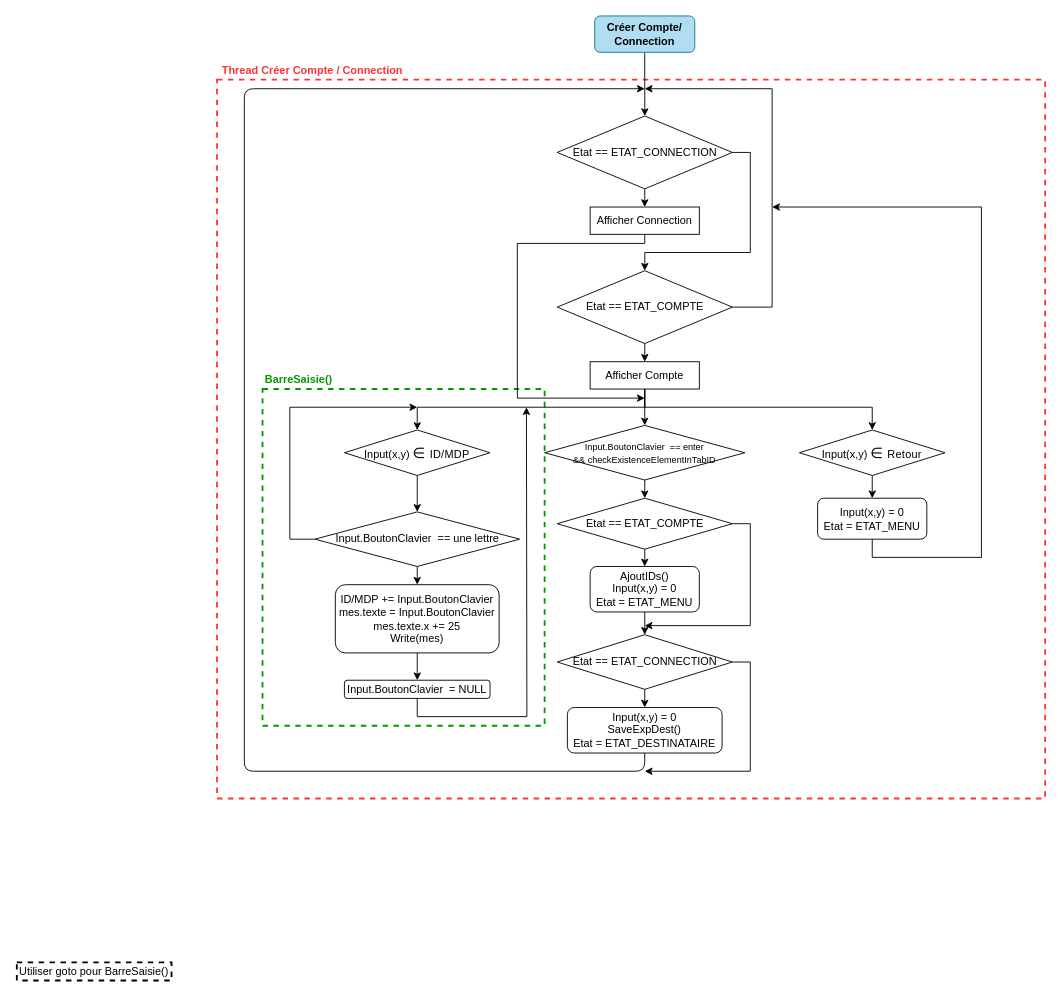
Earlier version of the draw.io diagram page "Créer Compte / Connection Thread" (3 of 6) of AffichageBottle.drawio (lucasmaisonnave/BottleV2). Source tidied: cells renumbered, new cells numbered last; positions are measured from the earlier drawing's top-left corner, leaving out a move shared by most shapes. Both pictures are drawn from the tidied source at 91%, with x=0, y=0 at pixel (16, 15).
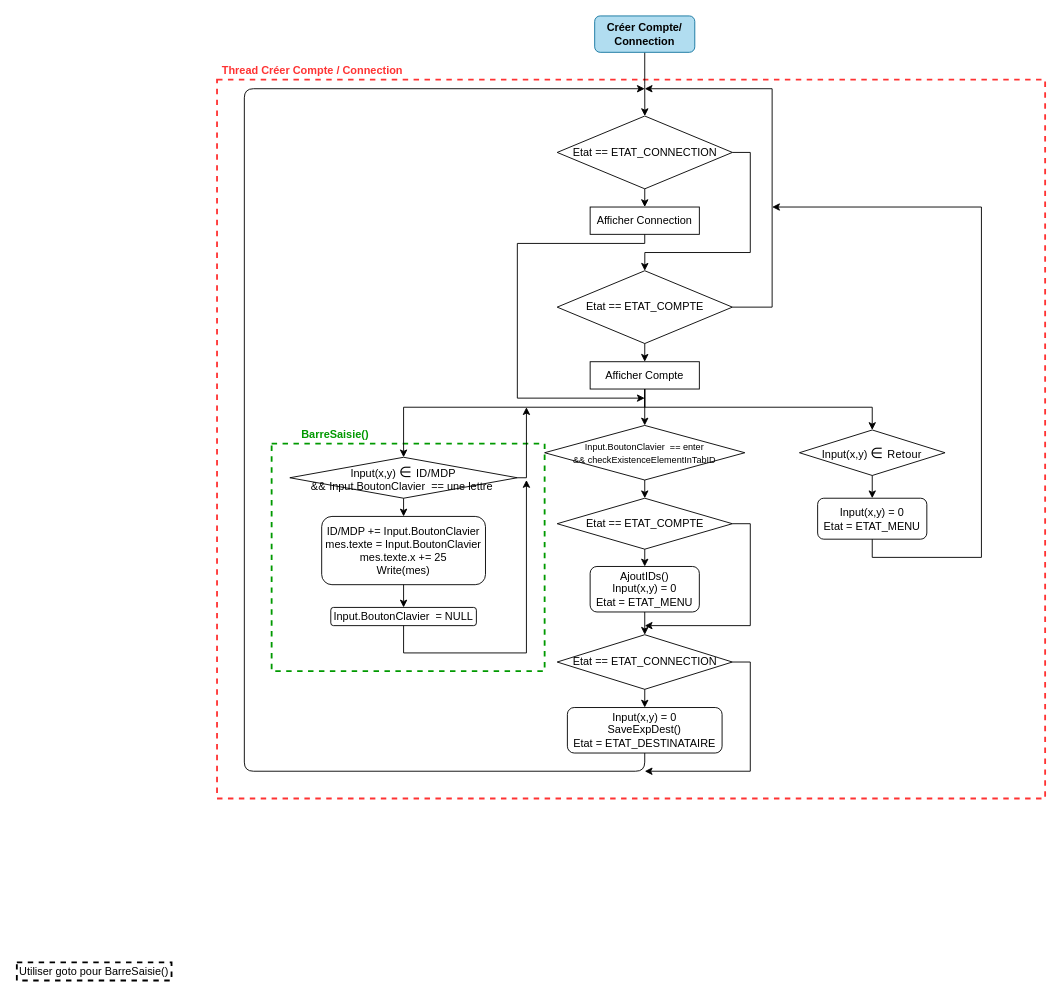
After the change.

Unchanged cells that the change refers to:
```xml
<mxCell id="13" value="Afficher Compte" style="rounded=0;whiteSpace=wrap;html=1;strokeColor=#000000;fillColor=none;gradientColor=none;fontColor=#000000;" parent="1" vertex="1">
  <mxGeometry x="630" y="380" width="120" height="30" as="geometry" />
</mxCell>
```

Diff of the diagram source:
```diff
@@
     <mxCell id="3" style="whiteSpace=wrap;html=1;dashed=1;fillColor=none;strokeColor=#009900;verticalAlign=middle;strokeWidth=2;" parent="1" vertex="1">
-      <mxGeometry x="270" y="410" width="310" height="370" as="geometry" />
+      <mxGeometry x="280" y="470" width="300" height="250" as="geometry" />
     </mxCell>
@@
-    <mxCell id="10" style="edgeStyle=none;rounded=0;jettySize=auto;html=1;exitX=0.5;exitY=1;exitDx=0;exitDy=0;entryX=0.5;entryY=0;entryDx=0;entryDy=0;fontColor=#000000;" parent="1" edge="1" source="13" target="19">
-      <mxGeometry relative="1" as="geometry">
-        <Array as="points">
-          <mxPoint x="690" y="430" />
-          <mxPoint x="440" y="430" />
-        </Array>
-      </mxGeometry>
-    </mxCell>
@@
+    <mxCell id="10" style="edgeStyle=orthogonalEdgeStyle;rounded=0;jettySize=auto;html=1;exitX=0.5;exitY=1;exitDx=0;exitDy=0;entryX=0.5;entryY=0;entryDx=0;entryDy=0;" parent="1" edge="1" source="13" target="19">
+      <mxGeometry relative="1" as="geometry">
+        <Array as="points">
+          <mxPoint x="690" y="430" />
+          <mxPoint x="425" y="430" />
+        </Array>
+      </mxGeometry>
+    </mxCell>
@@
-    <mxCell id="18" style="edgeStyle=none;rounded=0;jettySize=auto;html=1;exitX=0.5;exitY=1;exitDx=0;exitDy=0;entryX=0.5;entryY=0;entryDx=0;entryDy=0;fontColor=#000000;" parent="1" edge="1" source="19" target="21">
-      <mxGeometry relative="1" as="geometry" />
-    </mxCell>
+    <mxCell id="46" style="edgeStyle=orthogonalEdgeStyle;rounded=0;jettySize=auto;html=1;exitX=0.5;exitY=1;exitDx=0;exitDy=0;entryX=0.5;entryY=0;entryDx=0;entryDy=0;" parent="1" edge="1" source="19" target="23">
+      <mxGeometry relative="1" as="geometry" />
+    </mxCell>
+    <mxCell id="47" style="edgeStyle=orthogonalEdgeStyle;rounded=0;jettySize=auto;html=1;exitX=1;exitY=0.5;exitDx=0;exitDy=0;" parent="1" edge="1" source="19">
+      <mxGeometry relative="1" as="geometry">
+        <mxPoint x="560" y="430" as="targetPoint" />
+        <Array as="points">
+          <mxPoint x="560" y="508" />
+          <mxPoint x="560" y="430" />
+        </Array>
+      </mxGeometry>
+    </mxCell>
-    <mxCell id="19" value="&lt;font color=&quot;#000000&quot;&gt;Input(x,y)&amp;nbsp;&lt;/font&gt;&lt;span style=&quot;color: rgb(0 , 0 , 0) ; font-family: &amp;#34;open sans&amp;#34; ; font-size: 16px ; letter-spacing: 0.3px&quot;&gt;∈ &lt;/span&gt;&lt;span style=&quot;color: rgb(0 , 0 , 0) ; letter-spacing: 0.3px&quot;&gt;&lt;font style=&quot;font-size: 12px&quot;&gt;ID/MDP&lt;/font&gt;&lt;/span&gt;" style="rhombus;whiteSpace=wrap;html=1;strokeColor=#000000;fillColor=none;gradientColor=none;fontColor=#FF3333;" parent="1" vertex="1">
-      <mxGeometry x="360" y="455" width="160" height="50" as="geometry" />
+    <mxCell id="19" value="&lt;font color=&quot;#000000&quot;&gt;Input(x,y)&amp;nbsp;&lt;/font&gt;&lt;span style=&quot;color: rgb(0 , 0 , 0) ; font-family: &amp;#34;open sans&amp;#34; ; font-size: 16px ; letter-spacing: 0.3px&quot;&gt;∈ &lt;/span&gt;&lt;span style=&quot;color: rgb(0 , 0 , 0) ; letter-spacing: 0.3px&quot;&gt;&lt;font style=&quot;font-size: 12px&quot;&gt;ID/MDP &amp;amp;&amp;amp;&amp;nbsp;&lt;/font&gt;&lt;/span&gt;&lt;span style=&quot;color: rgb(0 , 0 , 0)&quot;&gt;Input.BoutonClavier&amp;nbsp; == une lettre&amp;nbsp;&lt;/span&gt;" style="rhombus;whiteSpace=wrap;html=1;strokeColor=#000000;fillColor=none;gradientColor=none;fontColor=#FF3333;" parent="1" vertex="1">
+      <mxGeometry x="300" y="485" width="250" height="45" as="geometry" />
     </mxCell>
-    <mxCell id="20" style="edgeStyle=none;rounded=0;jettySize=auto;html=1;exitX=0.5;exitY=1;exitDx=0;exitDy=0;entryX=0.5;entryY=0;entryDx=0;entryDy=0;fontColor=#000000;" parent="1" edge="1" source="21" target="23">
-      <mxGeometry relative="1" as="geometry" />
-    </mxCell>
-    <mxCell id="21" value="&lt;font color=&quot;#000000&quot;&gt;Input.BoutonClavier&amp;nbsp; == une lettre &lt;br&gt;&lt;/font&gt;" style="rhombus;whiteSpace=wrap;html=1;strokeColor=#000000;fillColor=none;gradientColor=none;fontColor=#FF3333;" parent="1" vertex="1">
-      <mxGeometry x="327.5" y="545" width="225" height="60" as="geometry" />
-    </mxCell>
@@
     <mxCell id="23" value="ID/MDP += Input.BoutonClavier&lt;br&gt;mes.texte = Input.BoutonClavier&lt;br&gt;mes.texte.x += 25&lt;br&gt;Write(mes)" style="rounded=1;whiteSpace=wrap;html=1;strokeColor=#000000;fillColor=none;gradientColor=none;fontColor=#000000;align=center;" parent="1" vertex="1">
-      <mxGeometry x="350" y="625" width="180" height="75" as="geometry" />
+      <mxGeometry x="335" y="550" width="180" height="75" as="geometry" />
     </mxCell>
@@
-    <mxCell id="28" style="edgeStyle=orthogonalEdgeStyle;rounded=0;jettySize=auto;html=1;exitX=0.5;exitY=1;exitDx=0;exitDy=0;" parent="1" edge="1" source="29">
-      <mxGeometry relative="1" as="geometry">
-        <mxPoint x="560" y="430" as="targetPoint" />
-      </mxGeometry>
-    </mxCell>
+    <mxCell id="48" style="edgeStyle=orthogonalEdgeStyle;rounded=0;jettySize=auto;html=1;exitX=0.5;exitY=1;exitDx=0;exitDy=0;" parent="1" edge="1" source="29">
+      <mxGeometry relative="1" as="geometry">
+        <mxPoint x="560" y="510" as="targetPoint" />
+        <Array as="points">
+          <mxPoint x="425" y="700" />
+          <mxPoint x="560" y="700" />
+        </Array>
+      </mxGeometry>
+    </mxCell>
     <mxCell id="29" value="Input.BoutonClavier&amp;nbsp; = NULL" style="rounded=1;whiteSpace=wrap;html=1;strokeColor=#000000;fillColor=none;gradientColor=none;fontColor=#000000;" parent="1" vertex="1">
-      <mxGeometry x="360" y="730" width="160" height="20" as="geometry" />
+      <mxGeometry x="345" y="650" width="160" height="20" as="geometry" />
     </mxCell>
-    <mxCell id="30" style="edgeStyle=none;rounded=0;jettySize=auto;html=1;exitX=0;exitY=0.5;exitDx=0;exitDy=0;fontColor=#000000;" parent="1" edge="1" source="21">
-      <mxGeometry relative="1" as="geometry">
-        <mxPoint x="440" y="430" as="targetPoint" />
-        <Array as="points">
-          <mxPoint x="300" y="575" />
-          <mxPoint x="300" y="430" />
-        </Array>
-      </mxGeometry>
-    </mxCell>
     <mxCell id="31" value="&lt;font color=&quot;#009900&quot;&gt;&lt;b&gt;BarreSaisie()&lt;/b&gt;&lt;/font&gt;" style="text;html=1;strokeColor=none;fillColor=none;align=center;verticalAlign=middle;whiteSpace=wrap;rounded=0;" parent="1" vertex="1">
-      <mxGeometry x="270" y="390" width="80" height="20" as="geometry" />
+      <mxGeometry x="310" y="450" width="80" height="20" as="geometry" />
     </mxCell>
```
